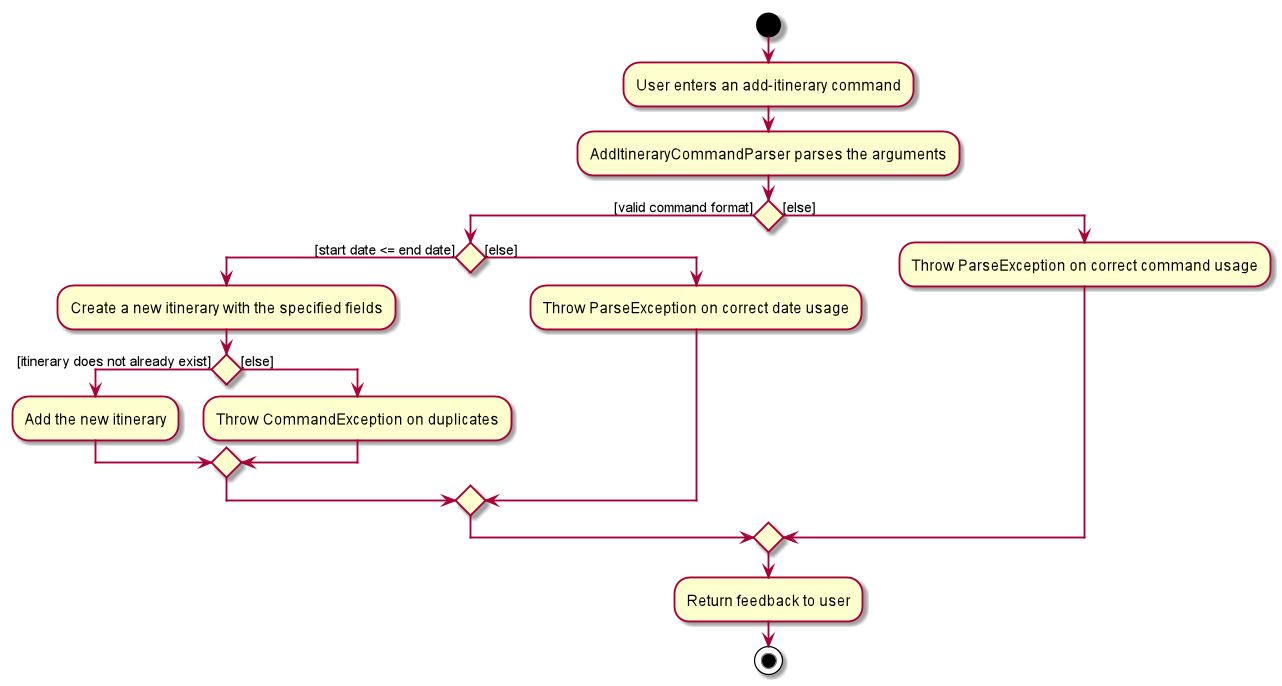
yuxuanxc/tp keeps this PlantUML diagram as docs/images/devguideimages/AddItineraryActivityDiagram.png. Above is the earlier version. Its diagram source:
```plantuml
@startuml
start
:User enters an add-itinerary command;

:AddItineraryCommandParser parses the arguments;


if () then ([valid command format])

    if () then ([start date <= end date])
    :Create a new itinerary with the specified fields;
        if () then ([itinerary does not already exist])
        :Add the new itinerary;
        else ([else])
        :Throw CommandException on duplicates;
        endif
    else ([else])
    :Throw ParseException on correct date usage;
    endif
else ([else])
    :Throw ParseException on correct command usage;
endif
:Return feedback to user;
stop
@enduml
```
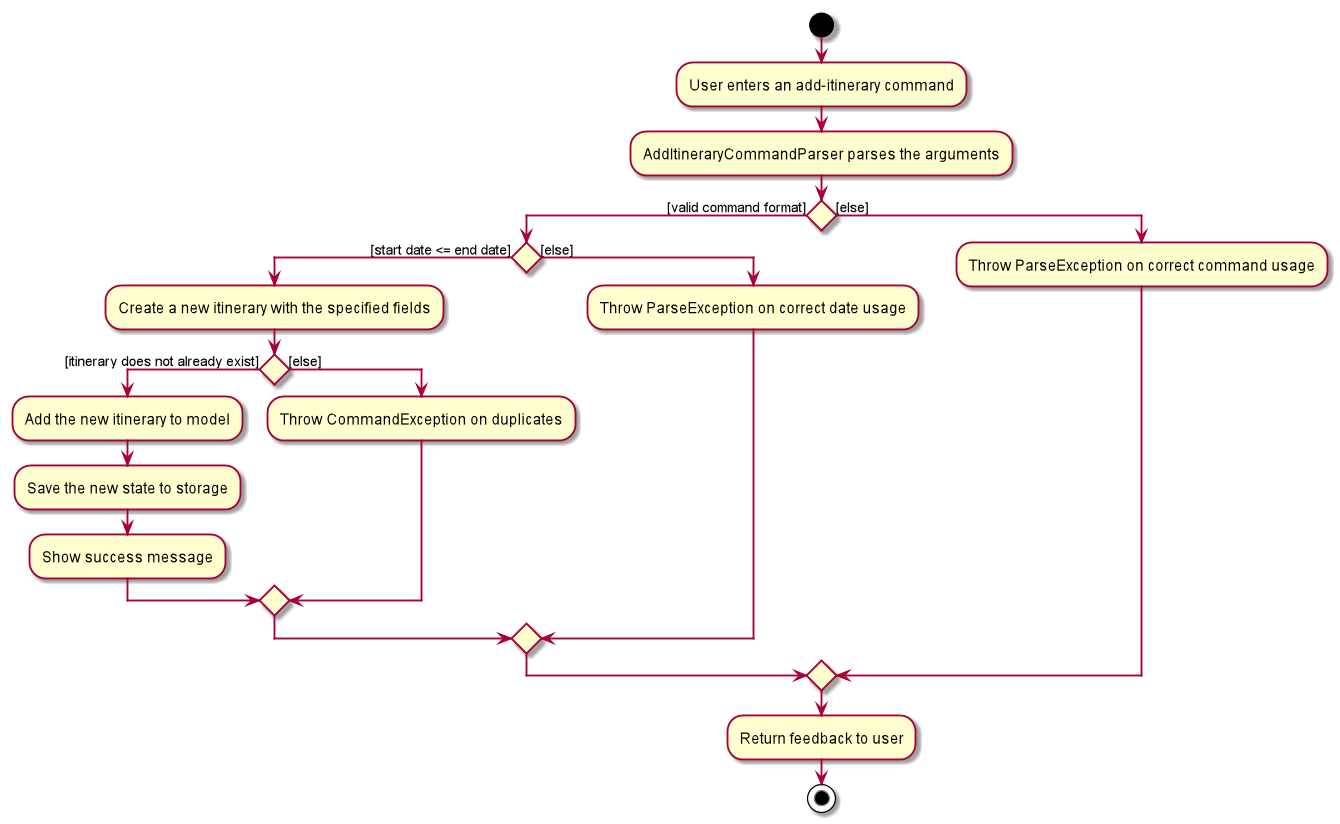
Later version of the same file.

Diff of the diagram source:
```diff
@@ -10,7 +10,9 @@
     if () then ([start date <= end date])
     :Create a new itinerary with the specified fields;
         if () then ([itinerary does not already exist])
-        :Add the new itinerary;
+        :Add the new itinerary to model;
+        :Save the new state to storage;
+        :Show success message;
         else ([else])
         :Throw CommandException on duplicates;
         endif
```
